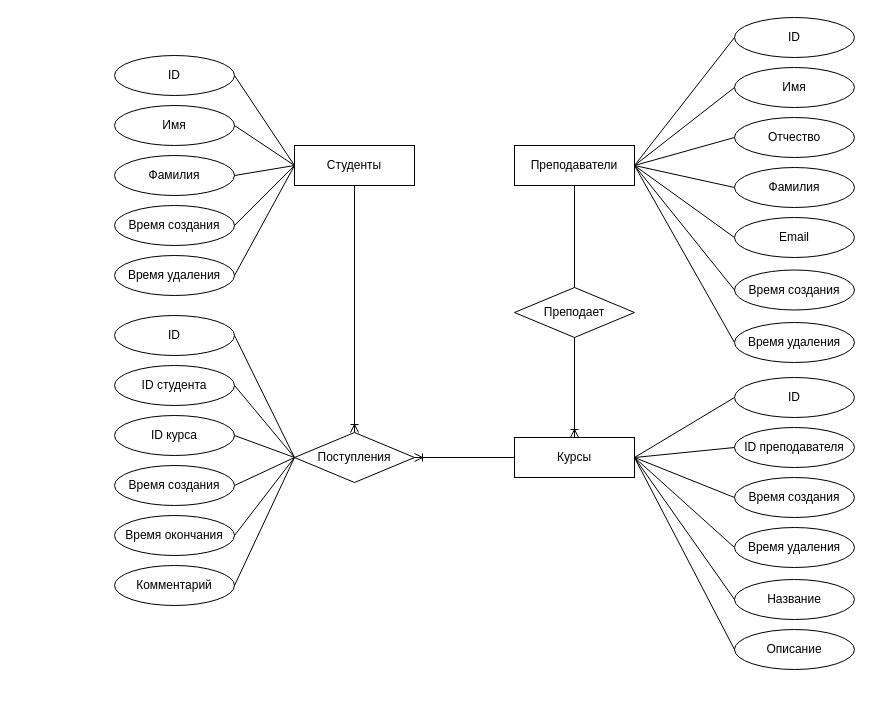
Earlier version of the draw.io diagram lab_01/db_lab.drawio (siberianbearofficial/bmstu-db-sem-5). Source tidied: cells renumbered, new cells numbered last; positions are measured from the earlier drawing's top-left corner, leaving out a move shared by most shapes. Both pictures are drawn from the tidied source at 100%, with x=0, y=0 at pixel (114, 17).
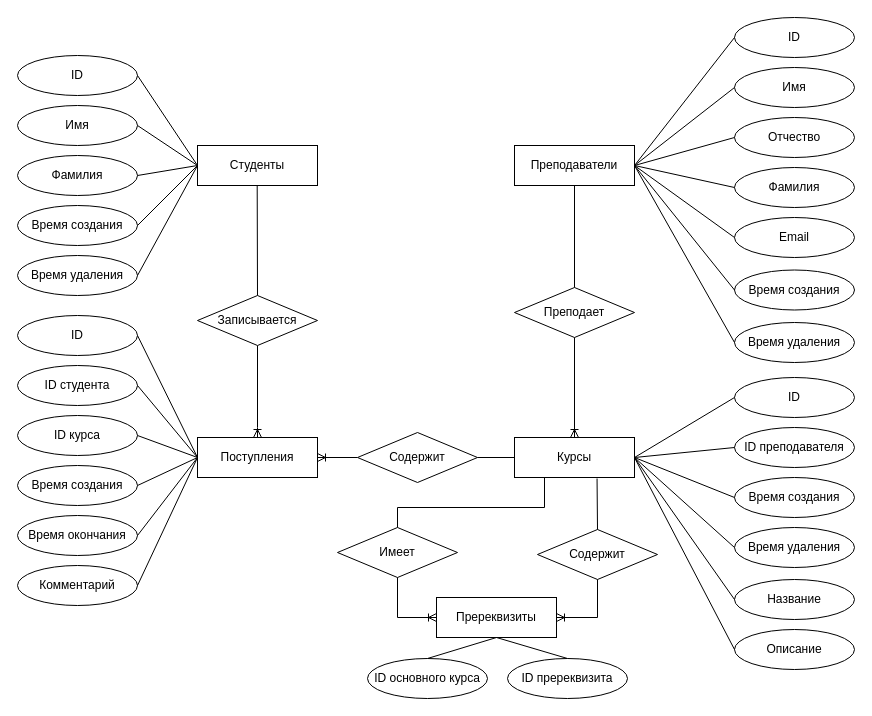
After the change.

Commit message (it also covers changes not shown here):
lab_02: fix diagram

Unchanged cells that the change refers to:
```xml
<mxCell id="51" value="Курсы" style="rounded=0;whiteSpace=wrap;html=1;" parent="1" vertex="1">
  <mxGeometry x="400" y="420" width="120" height="40" as="geometry" />
</mxCell>
```

The edit, as a diff of the source:
```diff
@@
     <mxCell id="2" value="Студенты" style="rounded=0;whiteSpace=wrap;html=1;" parent="1" vertex="1">
-      <mxGeometry x="180" y="128" width="120" height="40" as="geometry" />
+      <mxGeometry x="83" y="128" width="120" height="40" as="geometry" />
     </mxCell>
     <mxCell id="3" value="Имя" style="ellipse;whiteSpace=wrap;html=1;" parent="1" vertex="1">
-      <mxGeometry y="88" width="120" height="40" as="geometry" />
+      <mxGeometry x="-97" y="88" width="120" height="40" as="geometry" />
     </mxCell>
     <mxCell id="4" value="Фамилия" style="ellipse;whiteSpace=wrap;html=1;" parent="1" vertex="1">
-      <mxGeometry y="138" width="120" height="40" as="geometry" />
+      <mxGeometry x="-97" y="138" width="120" height="40" as="geometry" />
     </mxCell>
     <mxCell id="5" value="Время создания" style="ellipse;whiteSpace=wrap;html=1;" parent="1" vertex="1">
-      <mxGeometry y="188" width="120" height="40" as="geometry" />
+      <mxGeometry x="-97" y="188" width="120" height="40" as="geometry" />
     </mxCell>
@@
     <mxCell id="9" value="ID" style="ellipse;whiteSpace=wrap;html=1;" parent="1" vertex="1">
-      <mxGeometry y="38" width="120" height="40" as="geometry" />
+      <mxGeometry x="-97" y="38" width="120" height="40" as="geometry" />
     </mxCell>
@@
     <mxCell id="11" value="ID" style="ellipse;whiteSpace=wrap;html=1;" parent="1" vertex="1">
-      <mxGeometry y="298" width="120" height="40" as="geometry" />
+      <mxGeometry x="-97" y="298" width="120" height="40" as="geometry" />
     </mxCell>
     <mxCell id="12" value="ID курса" style="ellipse;whiteSpace=wrap;html=1;" parent="1" vertex="1">
-      <mxGeometry y="398" width="120" height="40" as="geometry" />
+      <mxGeometry x="-97" y="398" width="120" height="40" as="geometry" />
     </mxCell>
     <mxCell id="13" value="Время создания" style="ellipse;whiteSpace=wrap;html=1;" parent="1" vertex="1">
-      <mxGeometry y="448" width="120" height="40" as="geometry" />
+      <mxGeometry x="-97" y="448" width="120" height="40" as="geometry" />
     </mxCell>
     <mxCell id="14" value="Время окончания" style="ellipse;whiteSpace=wrap;html=1;" parent="1" vertex="1">
-      <mxGeometry y="498" width="120" height="40" as="geometry" />
+      <mxGeometry x="-97" y="498" width="120" height="40" as="geometry" />
     </mxCell>
     <mxCell id="15" style="endArrow=none;html=1;rounded=0;exitX=1;exitY=0.5;exitDx=0;exitDy=0;entryX=0;entryY=0.5;entryDx=0;entryDy=0;" parent="1" edge="1" source="11">
       <mxGeometry relative="1" as="geometry">
-        <mxPoint x="180" y="440" as="targetPoint" />
+        <mxPoint x="83" y="440" as="targetPoint" />
       </mxGeometry>
     </mxCell>
     <mxCell id="16" style="endArrow=none;html=1;rounded=0;exitX=1;exitY=0.5;exitDx=0;exitDy=0;entryX=0;entryY=0.5;entryDx=0;entryDy=0;" parent="1" edge="1" source="12">
       <mxGeometry relative="1" as="geometry">
-        <mxPoint x="180" y="440" as="targetPoint" />
+        <mxPoint x="83" y="440" as="targetPoint" />
       </mxGeometry>
     </mxCell>
     <mxCell id="17" style="endArrow=none;html=1;rounded=0;exitX=1;exitY=0.5;exitDx=0;exitDy=0;entryX=0;entryY=0.5;entryDx=0;entryDy=0;" parent="1" edge="1" source="14">
       <mxGeometry relative="1" as="geometry">
-        <mxPoint x="180" y="440" as="targetPoint" />
+        <mxPoint x="83" y="440" as="targetPoint" />
       </mxGeometry>
     </mxCell>
     <mxCell id="18" style="endArrow=none;html=1;rounded=0;exitX=1;exitY=0.5;exitDx=0;exitDy=0;entryX=0;entryY=0.5;entryDx=0;entryDy=0;" parent="1" edge="1" source="13">
       <mxGeometry relative="1" as="geometry">
-        <mxPoint x="180" y="440" as="targetPoint" />
+        <mxPoint x="83" y="440" as="targetPoint" />
       </mxGeometry>
     </mxCell>
@@
-    <mxCell id="31" style="fontSize=12;html=1;endArrow=ERoneToMany;rounded=0;exitX=0.5;exitY=1;exitDx=0;exitDy=0;entryX=0.5;entryY=0;entryDx=0;entryDy=0;" parent="1" edge="1" source="2" target="50">
-      <mxGeometry relative="1" as="geometry" />
+    <mxCell id="31" style="fontSize=12;html=1;endArrow=ERoneToMany;rounded=0;exitX=0.5;exitY=1;exitDx=0;exitDy=0;entryX=0.5;entryY=0;entryDx=0;entryDy=0;" parent="1" edge="1" source="50" target="59">
+      <mxGeometry relative="1" as="geometry">
+        <Array as="points">
+          <mxPoint x="143" y="410" />
+        </Array>
+      </mxGeometry>
     </mxCell>
@@
-    <mxCell id="37" style="fontSize=12;html=1;endArrow=ERoneToMany;rounded=0;entryX=1;entryY=0.5;entryDx=0;entryDy=0;exitX=0;exitY=0.5;exitDx=0;exitDy=0;" parent="1" edge="1" source="51">
+    <mxCell id="37" style="fontSize=12;html=1;endArrow=ERoneToMany;rounded=0;entryX=1;entryY=0.5;entryDx=0;entryDy=0;exitX=0;exitY=0.5;exitDx=0;exitDy=0;" parent="1" edge="1" source="61">
       <mxGeometry relative="1" as="geometry">
-        <mxPoint x="300" y="440" as="targetPoint" />
+        <mxPoint x="203" y="440" as="targetPoint" />
       </mxGeometry>
     </mxCell>
     <mxCell id="38" value="ID студента" style="ellipse;whiteSpace=wrap;html=1;" parent="1" vertex="1">
-      <mxGeometry y="348" width="120" height="40" as="geometry" />
+      <mxGeometry x="-97" y="348" width="120" height="40" as="geometry" />
     </mxCell>
     <mxCell id="39" style="endArrow=none;html=1;rounded=0;exitX=1;exitY=0.5;exitDx=0;exitDy=0;entryX=0;entryY=0.5;entryDx=0;entryDy=0;" parent="1" edge="1" source="38">
       <mxGeometry relative="1" as="geometry">
-        <mxPoint x="180" y="440" as="targetPoint" />
+        <mxPoint x="83" y="440" as="targetPoint" />
       </mxGeometry>
     </mxCell>
@@
     <mxCell id="44" value="Комментарий" style="ellipse;whiteSpace=wrap;html=1;" parent="1" vertex="1">
-      <mxGeometry y="548" width="120" height="40" as="geometry" />
+      <mxGeometry x="-97" y="548" width="120" height="40" as="geometry" />
     </mxCell>
     <mxCell id="45" style="endArrow=none;html=1;rounded=0;exitX=1;exitY=0.5;exitDx=0;exitDy=0;entryX=0;entryY=0.5;entryDx=0;entryDy=0;" parent="1" edge="1" source="44">
       <mxGeometry relative="1" as="geometry">
-        <mxPoint x="180" y="440" as="targetPoint" />
+        <mxPoint x="83" y="440" as="targetPoint" />
       </mxGeometry>
     </mxCell>
     <mxCell id="46" value="Время удаления" style="ellipse;whiteSpace=wrap;html=1;" parent="1" vertex="1">
-      <mxGeometry y="238" width="120" height="40" as="geometry" />
+      <mxGeometry x="-97" y="238" width="120" height="40" as="geometry" />
     </mxCell>
@@
-    <mxCell id="50" value="Поступления" style="rhombus;whiteSpace=wrap;html=1;" parent="1" vertex="1">
-      <mxGeometry x="180" y="415" width="120" height="50" as="geometry" />
+    <mxCell id="50" value="Записывается" style="rhombus;whiteSpace=wrap;html=1;" parent="1" vertex="1">
+      <mxGeometry x="83" y="278" width="120" height="50" as="geometry" />
     </mxCell>
@@
+    <mxCell id="59" value="Поступления" style="rounded=0;whiteSpace=wrap;html=1;" parent="1" vertex="1">
+      <mxGeometry x="83" y="420" width="120" height="40" as="geometry" />
+    </mxCell>
+    <mxCell id="60" style="endArrow=none;html=1;rounded=0;exitX=0.5;exitY=1;exitDx=0;exitDy=0;entryX=0.5;entryY=0;entryDx=0;entryDy=0;" parent="1" edge="1" target="50">
+      <mxGeometry relative="1" as="geometry">
+        <mxPoint x="142.7" y="168" as="sourcePoint" />
+      </mxGeometry>
+    </mxCell>
+    <mxCell id="61" value="Содержит" style="rhombus;whiteSpace=wrap;html=1;" parent="1" vertex="1">
+      <mxGeometry x="243" y="415" width="120" height="50" as="geometry" />
+    </mxCell>
+    <mxCell id="62" style="endArrow=none;html=1;rounded=0;exitX=0;exitY=0.5;exitDx=0;exitDy=0;entryX=1;entryY=0.5;entryDx=0;entryDy=0;" parent="1" edge="1" source="51" target="61">
+      <mxGeometry relative="1" as="geometry" />
+    </mxCell>
+    <mxCell id="63" value="Пререквизиты" style="rounded=0;whiteSpace=wrap;html=1;" parent="1" vertex="1">
+      <mxGeometry x="322" y="580" width="120" height="40" as="geometry" />
+    </mxCell>
+    <mxCell id="64" value="ID основного курса" style="ellipse;whiteSpace=wrap;html=1;" parent="1" vertex="1">
+      <mxGeometry x="253" y="641" width="120" height="40" as="geometry" />
+    </mxCell>
+    <mxCell id="65" value="ID пререквизита" style="ellipse;whiteSpace=wrap;html=1;" parent="1" vertex="1">
+      <mxGeometry x="393" y="641" width="120" height="40" as="geometry" />
+    </mxCell>
+    <mxCell id="66" style="endArrow=none;html=1;rounded=0;exitX=0.5;exitY=0;exitDx=0;exitDy=0;entryX=0.5;entryY=1;entryDx=0;entryDy=0;" parent="1" edge="1" source="64" target="63">
+      <mxGeometry relative="1" as="geometry" />
+    </mxCell>
+    <mxCell id="67" style="endArrow=none;html=1;rounded=0;exitX=0.5;exitY=0;exitDx=0;exitDy=0;entryX=0.5;entryY=1;entryDx=0;entryDy=0;" parent="1" edge="1" source="65" target="63">
+      <mxGeometry relative="1" as="geometry" />
+    </mxCell>
+    <mxCell id="68" value="Имеет" style="rhombus;whiteSpace=wrap;html=1;" parent="1" vertex="1">
+      <mxGeometry x="223" y="510" width="120" height="50" as="geometry" />
+    </mxCell>
+    <mxCell id="69" style="fontSize=12;html=1;endArrow=ERoneToMany;rounded=0;entryX=0;entryY=0.5;entryDx=0;entryDy=0;exitX=0.5;exitY=1;exitDx=0;exitDy=0;" parent="1" edge="1" source="68" target="63">
+      <mxGeometry relative="1" as="geometry">
+        <Array as="points">
+          <mxPoint x="283" y="600" />
+        </Array>
+      </mxGeometry>
+    </mxCell>
+    <mxCell id="70" style="endArrow=none;html=1;rounded=0;exitX=0.25;exitY=1;exitDx=0;exitDy=0;entryX=0.5;entryY=0;entryDx=0;entryDy=0;" parent="1" edge="1" source="51" target="68">
+      <mxGeometry relative="1" as="geometry">
+        <Array as="points">
+          <mxPoint x="430" y="490" />
+          <mxPoint x="283" y="490" />
+        </Array>
+      </mxGeometry>
+    </mxCell>
+    <mxCell id="71" value="Содержит" style="rhombus;whiteSpace=wrap;html=1;" parent="1" vertex="1">
+      <mxGeometry x="423" y="512" width="120" height="50" as="geometry" />
+    </mxCell>
+    <mxCell id="72" style="fontSize=12;html=1;endArrow=ERoneToMany;rounded=0;entryX=1;entryY=0.5;entryDx=0;entryDy=0;exitX=0.5;exitY=1;exitDx=0;exitDy=0;" parent="1" edge="1" source="71" target="63">
+      <mxGeometry relative="1" as="geometry">
+        <Array as="points">
+          <mxPoint x="483" y="600" />
+        </Array>
+      </mxGeometry>
+    </mxCell>
+    <mxCell id="73" style="endArrow=none;html=1;rounded=0;entryX=0.5;entryY=0;entryDx=0;entryDy=0;exitX=0.688;exitY=1.025;exitDx=0;exitDy=0;exitPerimeter=0;" parent="1" edge="1" source="51" target="71">
+      <mxGeometry relative="1" as="geometry" />
+    </mxCell>
```
